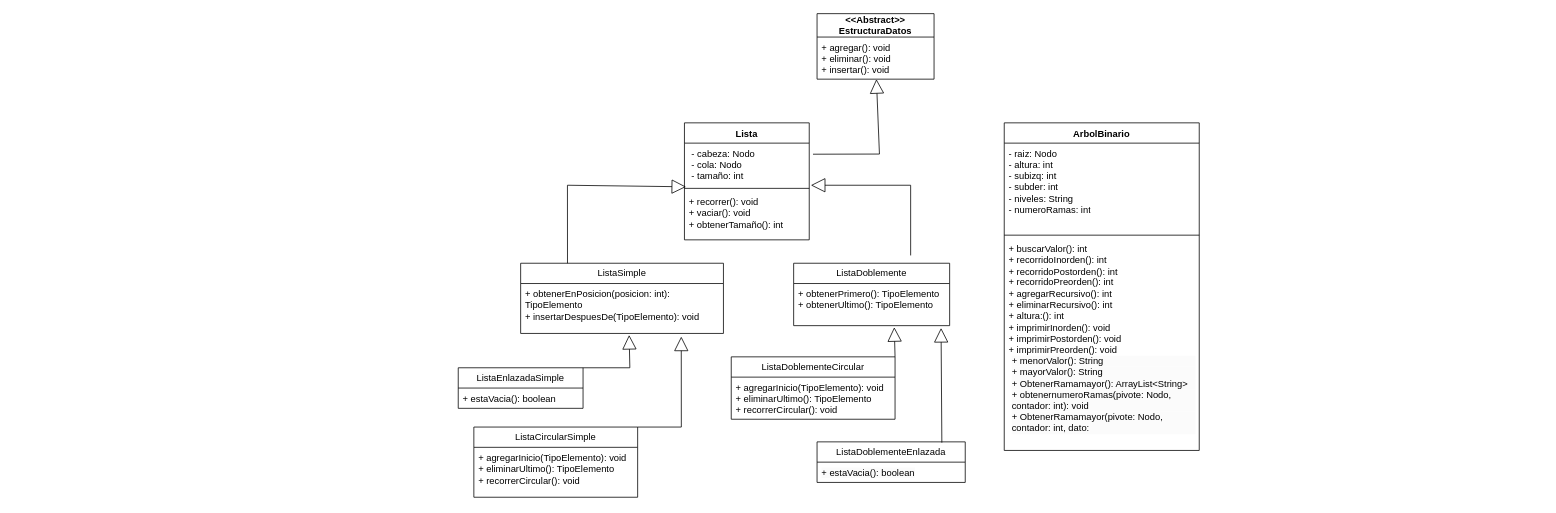
Nikooll/ACD---Estructuras-de-datos keeps this draw.io diagram as ACD - Estructuras de datos.drawio. Above is the earlier version. Source tidied: cells renumbered, new cells numbered last; positions are measured from the earlier drawing's top-left corner, leaving out a move shared by most shapes. Both pictures are drawn from the tidied source at 78%, with x=0, y=0 at pixel (458, 13).
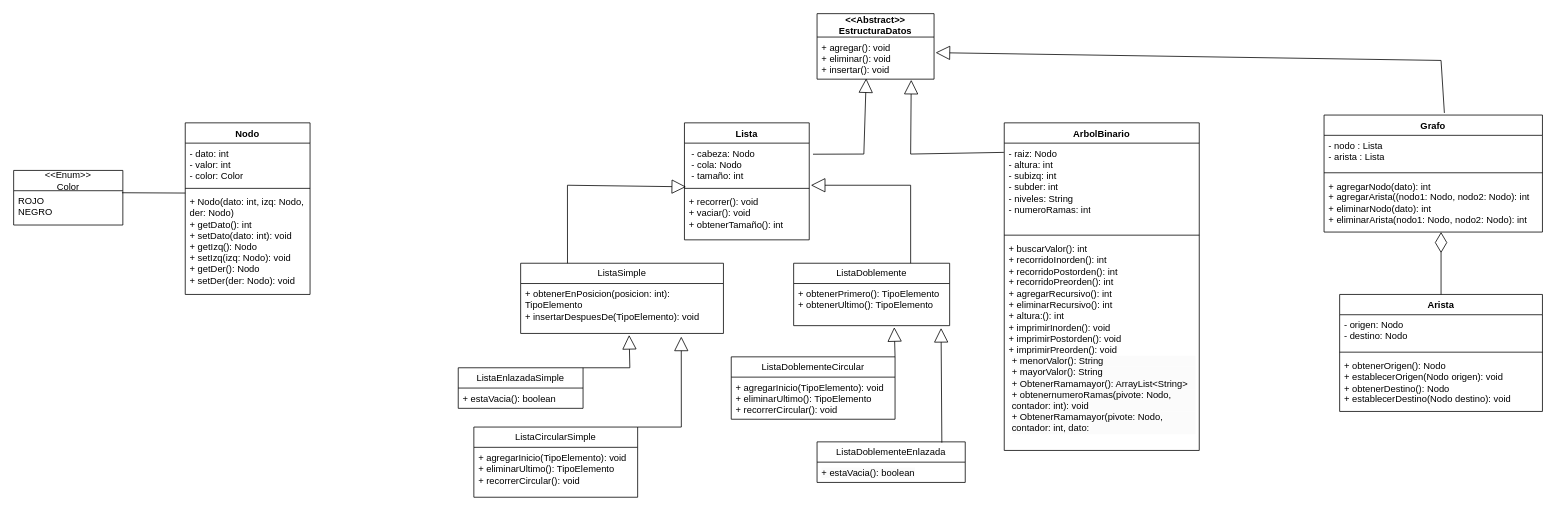
The same page after the edit.

The change refers to these unchanged cells:
```xml
<mxCell id="3" value="+ agregar(): void&lt;br&gt;+ eliminar(): void&lt;br&gt;+ insertar(): void" style="text;strokeColor=none;fillColor=none;align=left;verticalAlign=top;spacingLeft=4;spacingRight=4;overflow=hidden;points=[[0,0.5],[1,0.5]];portConstraint=eastwest;whiteSpace=wrap;html=1;" parent="2" vertex="1">
  <mxGeometry y="30" width="150" height="54" as="geometry" />
</mxCell>
<mxCell id="5" value="- raiz: Nodo&lt;br&gt;- altura: int&lt;br&gt;- subizq: int&lt;br&gt;- subder: int&lt;br&gt;- niveles: String&lt;br&gt;- numeroRamas: int" style="text;strokeColor=none;fillColor=none;align=left;verticalAlign=top;spacingLeft=4;spacingRight=4;overflow=hidden;points=[[0,0.5],[1,0.5]];portConstraint=eastwest;whiteSpace=wrap;html=1;" parent="4" vertex="1">
  <mxGeometry y="26" width="250" height="114" as="geometry" />
</mxCell>
<mxCell id="9" value="&amp;nbsp;- cabeza: Nodo&lt;br&gt;&lt;div&gt;&amp;nbsp;- cola: Nodo&amp;nbsp;&lt;/div&gt;&lt;div&gt;&amp;nbsp;- tamaño: int&amp;nbsp; &lt;/div&gt;" style="text;strokeColor=none;fillColor=none;align=left;verticalAlign=top;spacingLeft=4;spacingRight=4;overflow=hidden;points=[[0,0.5],[1,0.5]];portConstraint=eastwest;whiteSpace=wrap;html=1;" parent="8" vertex="1">
  <mxGeometry y="26" width="160" height="54" as="geometry" />
</mxCell>
<mxCell id="12" value="ListaDoblemente" style="swimlane;fontStyle=0;horizontal=1;startSize=26;fillColor=none;whiteSpace=wrap;html=1;" parent="1" vertex="1">
  <mxGeometry x="430" y="320" width="200" height="80" as="geometry" />
</mxCell>
```

Diff of the diagram source:
```diff
@@
-    <mxCell id="28" style="endArrow=block;endSize=16;endFill=0;html=1;rounded=0;entryX=1.013;entryY=1;entryDx=0;entryDy=0;entryPerimeter=0;" parent="1" edge="1" target="9">
+    <mxCell id="28" style="endArrow=block;endSize=16;endFill=0;html=1;rounded=0;entryX=1.013;entryY=1;entryDx=0;entryDy=0;entryPerimeter=0;exitX=0.75;exitY=0;exitDx=0;exitDy=0;" parent="1" edge="1" source="12" target="9">
       <mxGeometry relative="1" as="geometry">
-        <mxPoint x="580" y="310" as="sourcePoint" />
         <Array as="points">
           <mxPoint x="580" y="220" />
         </Array>
       </mxGeometry>
     </mxCell>
@@
-    <mxCell id="30" style="endArrow=block;endSize=16;endFill=0;html=1;rounded=0;exitX=1.03;exitY=0.263;exitDx=0;exitDy=0;exitPerimeter=0;" parent="1" edge="1" source="9" target="3">
+    <mxCell id="30" style="endArrow=block;endSize=16;endFill=0;html=1;rounded=0;exitX=1.03;exitY=0.263;exitDx=0;exitDy=0;exitPerimeter=0;" parent="1" edge="1" source="9">
       <mxGeometry relative="1" as="geometry">
+        <mxPoint x="523" y="83" as="targetPoint" />
         <Array as="points">
-          <mxPoint x="540" y="180" />
+          <mxPoint x="520" y="180" />
         </Array>
       </mxGeometry>
     </mxCell>
+    <mxCell id="31" style="endArrow=block;endSize=16;endFill=0;html=1;rounded=0;exitX=-0.002;exitY=0.104;exitDx=0;exitDy=0;exitPerimeter=0;entryX=0.805;entryY=1.016;entryDx=0;entryDy=0;entryPerimeter=0;" parent="1" edge="1" source="5" target="3">
+      <mxGeometry relative="1" as="geometry">
+        <Array as="points">
+          <mxPoint x="580" y="180" />
+        </Array>
+      </mxGeometry>
+    </mxCell>
+    <mxCell id="32" value="Grafo" style="swimlane;fontStyle=1;align=center;verticalAlign=top;horizontal=1;startSize=26;whiteSpace=wrap;html=1;" parent="1" vertex="1">
+      <mxGeometry x="1110" y="130" width="280" height="150" as="geometry" />
+    </mxCell>
+    <mxCell id="33" value="- nodo : Lista&lt;br&gt;- arista : Lista" style="text;strokeColor=none;fillColor=none;align=left;verticalAlign=top;spacingLeft=4;spacingRight=4;overflow=hidden;whiteSpace=wrap;html=1;" parent="32" vertex="1">
+      <mxGeometry y="26" width="280" height="44" as="geometry" />
+    </mxCell>
+    <mxCell id="34" style="line;strokeWidth=1;fillColor=none;align=left;verticalAlign=middle;spacingTop=-1;spacingLeft=3;spacingRight=3;labelPosition=right;strokeColor=inherit;" parent="32" vertex="1">
+      <mxGeometry y="70" width="280" height="8" as="geometry" />
+    </mxCell>
+    <mxCell id="35" value="+ agregarNodo(dato): int&lt;br&gt;+ agregarArista((nodo1: Nodo, nodo2: Nodo): int&lt;br&gt;+ eliminarNodo(dato): int&lt;br&gt;+ eliminarArista(nodo1: Nodo, nodo2: Nodo): int" style="text;strokeColor=none;fillColor=none;align=left;verticalAlign=top;spacingLeft=4;spacingRight=4;overflow=hidden;whiteSpace=wrap;html=1;" parent="32" vertex="1">
+      <mxGeometry y="78" width="280" height="72" as="geometry" />
+    </mxCell>
+    <mxCell id="36" value="Arista" style="swimlane;fontStyle=1;align=center;verticalAlign=top;horizontal=1;startSize=26;whiteSpace=wrap;html=1;" parent="1" vertex="1">
+      <mxGeometry x="1130" y="360" width="260" height="150" as="geometry" />
+    </mxCell>
+    <mxCell id="37" value="- origen: Nodo&lt;br&gt;- destino: Nodo&amp;nbsp; " style="text;strokeColor=none;fillColor=none;align=left;verticalAlign=top;spacingLeft=4;spacingRight=4;overflow=hidden;whiteSpace=wrap;html=1;" parent="36" vertex="1">
+      <mxGeometry y="26" width="260" height="44" as="geometry" />
+    </mxCell>
+    <mxCell id="38" style="line;strokeWidth=1;fillColor=none;align=left;verticalAlign=middle;spacingTop=-1;spacingLeft=3;spacingRight=3;labelPosition=right;strokeColor=inherit;" parent="36" vertex="1">
+      <mxGeometry y="70" width="260" height="8" as="geometry" />
+    </mxCell>
+    <mxCell id="39" value="+ obtenerOrigen(): Nodo&amp;nbsp;&amp;nbsp;&amp;nbsp;&amp;nbsp;&amp;nbsp; &amp;nbsp;&lt;br&gt;+ establecerOrigen(Nodo origen): void&lt;br&gt;+ obtenerDestino(): Nodo &amp;nbsp;&lt;br&gt;+ establecerDestino(Nodo destino): void" style="text;strokeColor=none;fillColor=none;align=left;verticalAlign=top;spacingLeft=4;spacingRight=4;overflow=hidden;whiteSpace=wrap;html=1;" parent="36" vertex="1">
+      <mxGeometry y="78" width="260" height="72" as="geometry" />
+    </mxCell>
+    <mxCell id="40" style="endArrow=diamondThin;endFill=0;endSize=24;html=1;rounded=0;exitX=0.5;exitY=0;exitDx=0;exitDy=0;" parent="1" edge="1" source="36">
+      <mxGeometry relative="1" as="geometry">
+        <mxPoint x="1260" y="280" as="targetPoint" />
+      </mxGeometry>
+    </mxCell>
+    <mxCell id="41" style="endArrow=block;endSize=16;endFill=0;html=1;rounded=0;exitX=0.551;exitY=-0.018;exitDx=0;exitDy=0;exitPerimeter=0;" parent="1" edge="1" source="32">
+      <mxGeometry relative="1" as="geometry">
+        <mxPoint x="612" y="50" as="targetPoint" />
+        <Array as="points">
+          <mxPoint x="1260" y="60" />
+        </Array>
+      </mxGeometry>
+    </mxCell>
+    <mxCell id="42" value="Nodo" style="swimlane;fontStyle=1;align=center;verticalAlign=top;horizontal=1;startSize=26;whiteSpace=wrap;html=1;" parent="1" vertex="1">
+      <mxGeometry x="-350" y="140" width="160" height="220" as="geometry" />
+    </mxCell>
+    <mxCell id="43" value="- dato: int &lt;br&gt;- valor: int&lt;br&gt;- color: Color&lt;div&gt;&lt;br/&gt;&lt;/div&gt;" style="text;strokeColor=none;fillColor=none;align=left;verticalAlign=top;spacingLeft=4;spacingRight=4;overflow=hidden;whiteSpace=wrap;html=1;" parent="42" vertex="1">
+      <mxGeometry y="26" width="160" height="54" as="geometry" />
+    </mxCell>
+    <mxCell id="44" style="line;strokeWidth=1;fillColor=none;align=left;verticalAlign=middle;spacingTop=-1;spacingLeft=3;spacingRight=3;labelPosition=right;strokeColor=inherit;" parent="42" vertex="1">
+      <mxGeometry y="80" width="160" height="8" as="geometry" />
+    </mxCell>
+    <mxCell id="45" value="+ Nodo(dato: int, izq: Nodo, der: Nodo)&lt;br/&gt;+ getDato(): int&lt;br/&gt;+ setDato(dato: int): void&lt;br/&gt;+ getIzq(): Nodo&lt;br/&gt;+ setIzq(izq: Nodo): void&lt;br/&gt;+ getDer(): Nodo&lt;br/&gt;+ setDer(der: Nodo): void" style="text;strokeColor=none;fillColor=none;align=left;verticalAlign=top;spacingLeft=4;spacingRight=4;overflow=hidden;whiteSpace=wrap;html=1;" parent="42" vertex="1">
+      <mxGeometry y="88" width="160" height="132" as="geometry" />
+    </mxCell>
+    <mxCell id="46" value="&lt;div&gt;&lt;span lang=&quot;es&quot; class=&quot;BxUVEf ILfuVd&quot;&gt;&lt;span class=&quot;hgKElc&quot;&gt;&amp;lt;&lt;/span&gt;&lt;/span&gt;&lt;span lang=&quot;es&quot; class=&quot;BxUVEf ILfuVd&quot;&gt;&lt;span class=&quot;hgKElc&quot;&gt;&amp;lt;Enum&lt;/span&gt;&lt;/span&gt;&lt;span lang=&quot;es&quot; class=&quot;BxUVEf ILfuVd&quot;&gt;&lt;span class=&quot;hgKElc&quot;&gt;&amp;gt;&lt;/span&gt;&lt;/span&gt;&lt;span lang=&quot;es&quot; class=&quot;BxUVEf ILfuVd&quot;&gt;&lt;span class=&quot;hgKElc&quot;&gt;&amp;gt;&lt;/span&gt;&lt;/span&gt;&lt;/div&gt;&lt;span lang=&quot;es&quot; class=&quot;BxUVEf ILfuVd&quot;&gt;&lt;span class=&quot;hgKElc&quot;&gt;Color&lt;/span&gt;&lt;/span&gt;" style="swimlane;fontStyle=0;horizontal=1;startSize=26;fillColor=none;whiteSpace=wrap;html=1;" parent="1" vertex="1">
+      <mxGeometry x="-570" y="201" width="140" height="70" as="geometry" />
+    </mxCell>
+    <mxCell id="47" value="&lt;div&gt;ROJO&lt;/div&gt;&lt;div&gt;NEGRO&lt;br&gt;&lt;/div&gt;" style="text;strokeColor=none;fillColor=none;align=left;verticalAlign=top;spacingLeft=4;spacingRight=4;overflow=hidden;points=[[0,0.5],[1,0.5]];portConstraint=eastwest;whiteSpace=wrap;html=1;" parent="46" vertex="1">
+      <mxGeometry y="26" width="140" height="44" as="geometry" />
+    </mxCell>
+    <mxCell id="48" style="endArrow=none;html=1;rounded=0;exitX=0.992;exitY=0.059;exitDx=0;exitDy=0;exitPerimeter=0;" parent="1" edge="1" source="47">
+      <mxGeometry relative="1" as="geometry">
+        <mxPoint x="-350" y="230" as="targetPoint" />
+      </mxGeometry>
+    </mxCell>
```
